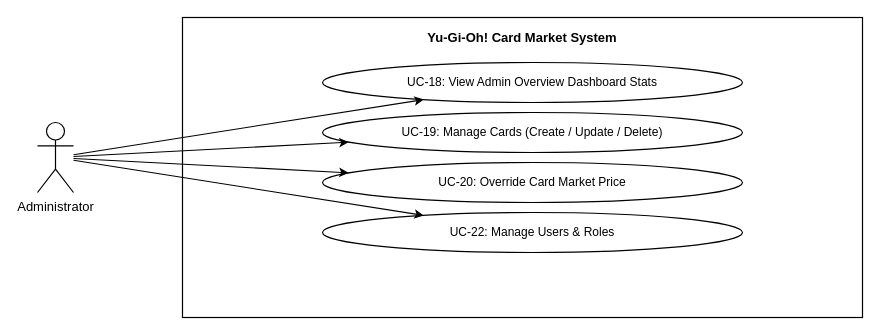
The draw.io diagram page "1.3.3.3 Use Cases for Administrator" (3 of 3) of Tai lieu/Draw.io/SRS_1_3_Use_Case_Diagrams.drawio in minhthanh1806/PROJECT_SDN, before the edit. Source tidied: cells renumbered, new cells numbered last; positions are measured from the earlier drawing's top-left corner, leaving out a move shared by most shapes. Both pictures are drawn from the tidied source at 100%, with x=0, y=0 at pixel (37, 17).
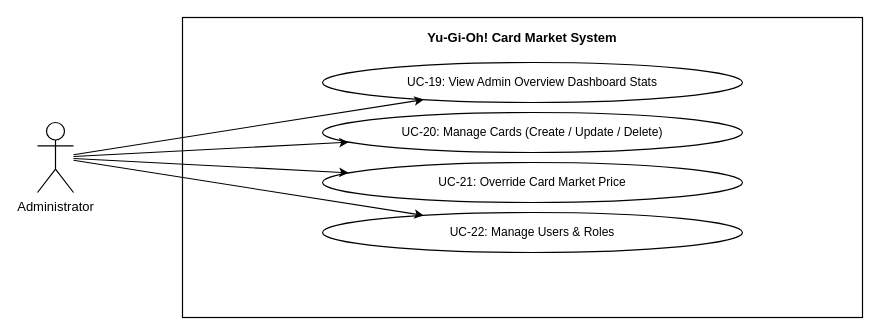
Above is the later version.

Change to the diagram source:
```diff
@@
 <mxGraphModel>
   <root>
     <mxCell id="0" />
     <mxCell id="1" parent="0" />
     <mxCell id="2" value="Yu-Gi-Oh! Card Market System" style="rounded=0;whiteSpace=wrap;html=1;fillColor=none;strokeColor=#000000;strokeWidth=1.2;verticalAlign=top;align=center;fontSize=13;fontStyle=1;fontColor=#000000;spacingTop=6;" parent="1" vertex="1">
       <mxGeometry x="145" width="680" height="300" as="geometry" />
     </mxCell>
     <mxCell id="3" value="Administrator" style="shape=umlActor;verticalLabelPosition=bottom;verticalAlign=top;html=1;outlineConnect=0;fillColor=#ffffff;strokeColor=#000000;fontColor=#000000;fontSize=13;strokeWidth=1.2;" parent="1" vertex="1">
       <mxGeometry y="105" width="36" height="70" as="geometry" />
     </mxCell>
-    <mxCell id="4" value="UC-18: View Admin Overview Dashboard Stats" style="ellipse;whiteSpace=wrap;html=1;fillColor=#ffffff;strokeColor=#000000;fontColor=#000000;fontSize=12;strokeWidth=1.2;" parent="1" vertex="1">
+    <mxCell id="4" value="UC-19: View Admin Overview Dashboard Stats" style="ellipse;whiteSpace=wrap;html=1;fillColor=#ffffff;strokeColor=#000000;fontColor=#000000;fontSize=12;strokeWidth=1.2;" parent="1" vertex="1">
       <mxGeometry x="285" y="45" width="420" height="40" as="geometry" />
     </mxCell>
     <mxCell id="5" style="rounded=0;html=1;endArrow=classic;endFill=1;strokeColor=#000000;fontColor=#000000;fontSize=11;labelBackgroundColor=#ffffff;strokeWidth=1.1;" parent="1" edge="1" source="3" target="4">
       <mxGeometry relative="1" as="geometry" />
     </mxCell>
-    <mxCell id="6" value="UC-19: Manage Cards (Create / Update / Delete)" style="ellipse;whiteSpace=wrap;html=1;fillColor=#ffffff;strokeColor=#000000;fontColor=#000000;fontSize=12;strokeWidth=1.2;" parent="1" vertex="1">
+    <mxCell id="6" value="UC-20: Manage Cards (Create / Update / Delete)" style="ellipse;whiteSpace=wrap;html=1;fillColor=#ffffff;strokeColor=#000000;fontColor=#000000;fontSize=12;strokeWidth=1.2;" parent="1" vertex="1">
       <mxGeometry x="285" y="95" width="420" height="40" as="geometry" />
     </mxCell>
     <mxCell id="7" style="rounded=0;html=1;endArrow=classic;endFill=1;strokeColor=#000000;fontColor=#000000;fontSize=11;labelBackgroundColor=#ffffff;strokeWidth=1.1;" parent="1" edge="1" source="3" target="6">
       <mxGeometry relative="1" as="geometry" />
     </mxCell>
-    <mxCell id="8" value="UC-20: Override Card Market Price" style="ellipse;whiteSpace=wrap;html=1;fillColor=#ffffff;strokeColor=#000000;fontColor=#000000;fontSize=12;strokeWidth=1.2;" parent="1" vertex="1">
+    <mxCell id="8" value="UC-21: Override Card Market Price" style="ellipse;whiteSpace=wrap;html=1;fillColor=#ffffff;strokeColor=#000000;fontColor=#000000;fontSize=12;strokeWidth=1.2;" parent="1" vertex="1">
       <mxGeometry x="285" y="145" width="420" height="40" as="geometry" />
     </mxCell>
     <mxCell id="9" style="rounded=0;html=1;endArrow=classic;endFill=1;strokeColor=#000000;fontColor=#000000;fontSize=11;labelBackgroundColor=#ffffff;strokeWidth=1.1;" parent="1" edge="1" source="3" target="8">
       <mxGeometry relative="1" as="geometry" />
     </mxCell>
     <mxCell id="10" value="UC-22: Manage Users &amp; Roles" style="ellipse;whiteSpace=wrap;html=1;fillColor=#ffffff;strokeColor=#000000;fontColor=#000000;fontSize=12;strokeWidth=1.2;" parent="1" vertex="1">
       <mxGeometry x="285" y="195" width="420" height="40" as="geometry" />
     </mxCell>
     <mxCell id="11" style="rounded=0;html=1;endArrow=classic;endFill=1;strokeColor=#000000;fontColor=#000000;fontSize=11;labelBackgroundColor=#ffffff;strokeWidth=1.1;" parent="1" edge="1" source="3" target="10">
       <mxGeometry relative="1" as="geometry" />
     </mxCell>
   </root>
 </mxGraphModel>
```
